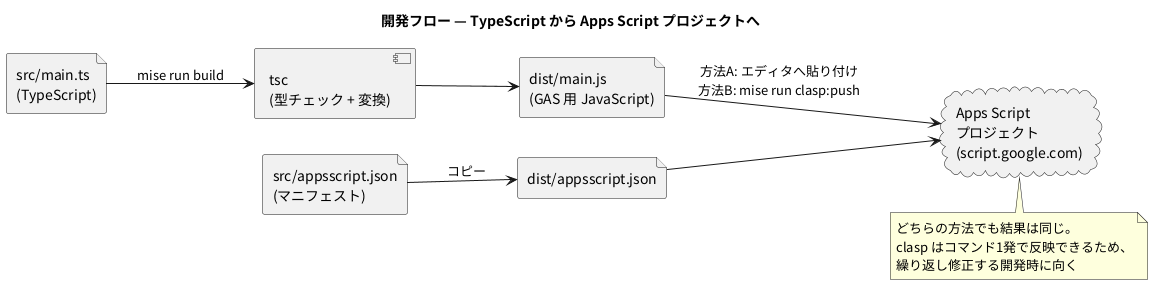
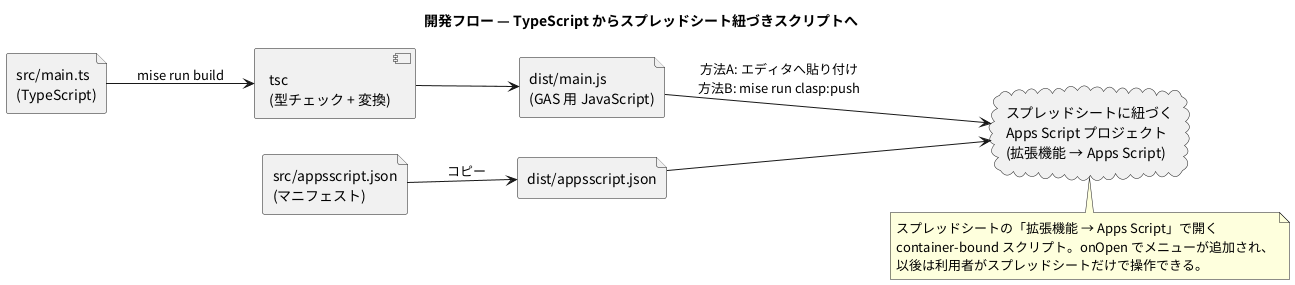
@startuml 08_build_pipeline
skinparam defaultFontName "Noto Sans CJK JP"
skinparam shadowing false
left to right direction
- title 開発フロー — TypeScript から Apps Script プロジェクトへ
+ title 開発フロー — TypeScript からスプレッドシート紐づきスクリプトへ

file "src/main.ts\n(TypeScript)" as ts
file "src/appsscript.json\n(マニフェスト)" as manifest
component "tsc\n(型チェック + 変換)" as tsc
file "dist/main.js\n(GAS 用 JavaScript)" as js
file "dist/appsscript.json" as manifest2
- cloud "Apps Script\nプロジェクト\n(script.google.com)" as gasproj
+ cloud "スプレッドシートに紐づく\nApps Script プロジェクト\n(拡張機能 → Apps Script)" as gasproj

ts --> tsc : mise run build
manifest --> manifest2 : コピー
tsc --> js
js --> gasproj : 方法A: エディタへ貼り付け\n方法B: mise run clasp:push
manifest2 --> gasproj

note bottom of gasproj
-   どちらの方法でも結果は同じ。
-   clasp はコマンド1発で反映できるため、
-   繰り返し修正する開発時に向く
+   スプレッドシートの「拡張機能 → Apps Script」で開く
+   container-bound スクリプト。onOpen でメニューが追加され、
+   以後は利用者がスプレッドシートだけで操作できる。
end note
@enduml
